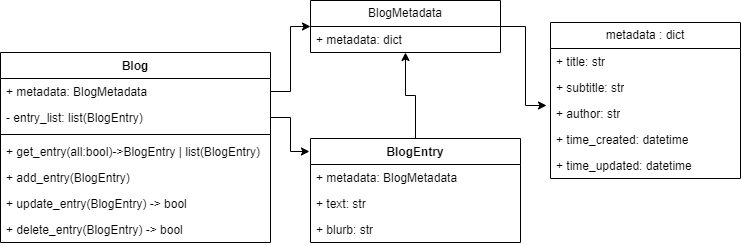
Above: ClassDiagram.png in AeroArty/SDDE330_HW1 (draw.io), before the change. Source tidied: cells renumbered, new cells last; positions are measured from the earlier drawing's top-left corner, leaving out a move shared by most shapes.
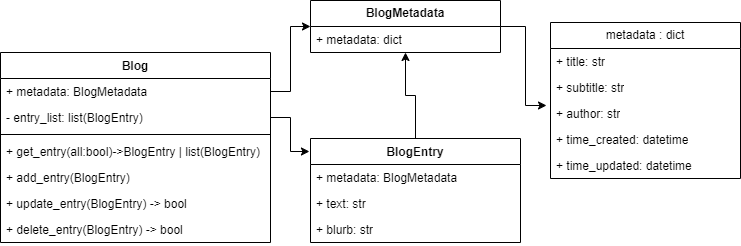
The same file after the commit.

Commit message:
Update class diagram

The edit, as a diff of the source:
```diff
@@ -65,7 +65,7 @@
     <mxCell id="22" style="edgeStyle=orthogonalEdgeStyle;rounded=0;jettySize=auto;html=1;exitX=0.5;exitY=0;exitDx=0;exitDy=0;entryX=0.5;entryY=1;entryDx=0;entryDy=0;" parent="1" edge="1" source="18" target="23">
       <mxGeometry relative="1" as="geometry" />
     </mxCell>
-    <mxCell id="23" value="BlogMetadata" style="swimlane;fontStyle=0;horizontal=1;startSize=26;fillColor=none;whiteSpace=wrap;html=1;" parent="1" vertex="1">
+    <mxCell id="23" value="&lt;b&gt;BlogMetadata&lt;/b&gt;" style="swimlane;fontStyle=0;horizontal=1;startSize=26;fillColor=none;whiteSpace=wrap;html=1;" parent="1" vertex="1">
       <mxGeometry x="310" width="190" height="52" as="geometry" />
     </mxCell>
     <mxCell id="24" value="+ metadata: dict" style="text;strokeColor=none;fillColor=none;align=left;verticalAlign=top;spacingLeft=4;spacingRight=4;overflow=hidden;whiteSpace=wrap;html=1;" parent="23" vertex="1">
```
